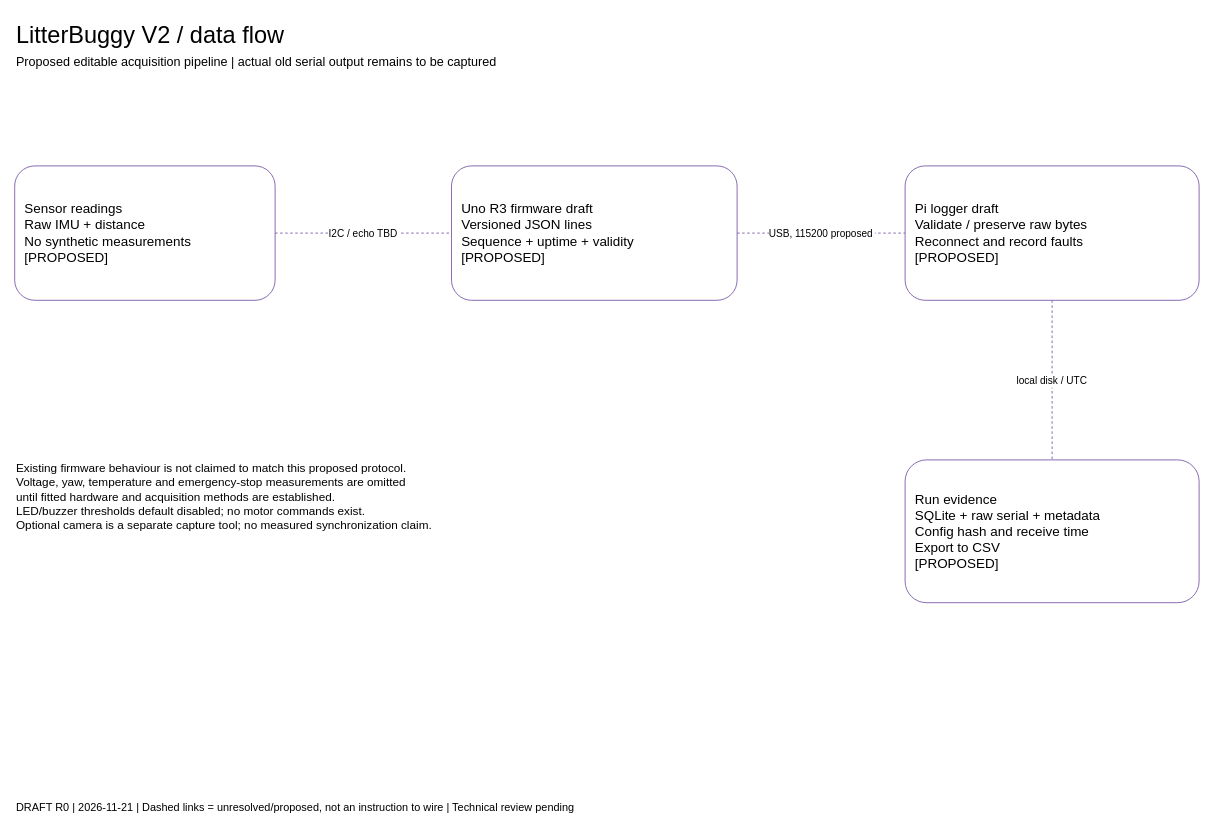
Rob803yy/Junk-O-Matic keeps this draw.io diagram as hardware/v2/architecture/v2_data_flow.drawio. Above is the earlier version. Source tidied: cells renumbered, new cells numbered last; positions are measured from the earlier drawing's top-left corner, leaving out a move shared by most shapes. Both pictures are drawn from the tidied source at 84%, with x=0, y=0 at pixel (14, 14).
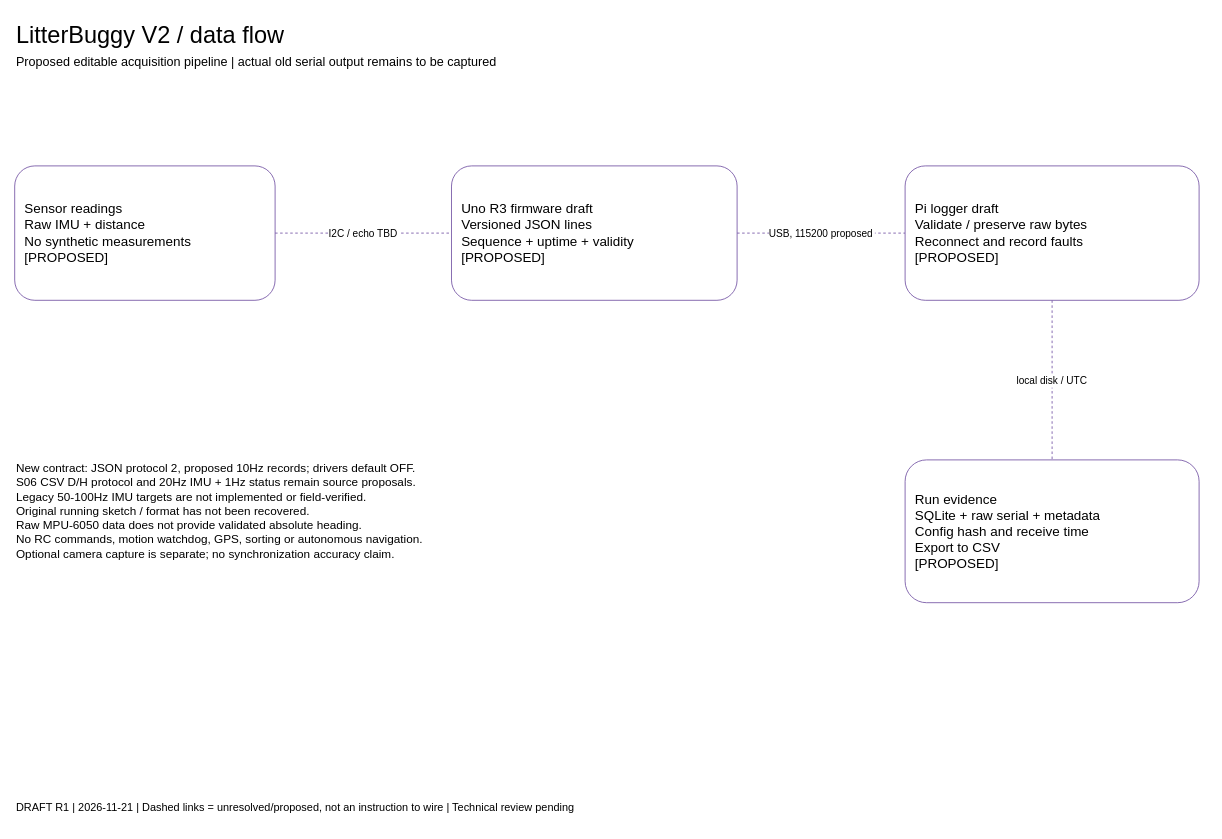
Above is the later version.

Change to the diagram source:
```diff
@@
 <mxGraphModel>
   <root>
     <mxCell id="0" />
     <mxCell id="1" parent="0" />
     <mxCell id="2" value="LitterBuggy V2 / data flow" style="text;html=0;align=left;verticalAlign=top;fontSize=28;" parent="1" vertex="1">
       <mxGeometry width="1420" height="40" as="geometry" />
     </mxCell>
     <mxCell id="3" value="Proposed editable acquisition pipeline | actual old serial output remains to be captured" style="text;html=0;align=left;verticalAlign=top;fontSize=15;" parent="1" vertex="1">
       <mxGeometry y="40" width="1420" height="30" as="geometry" />
     </mxCell>
     <mxCell id="4" value="I2C / echo TBD" style="edgeStyle=orthogonalEdgeStyle;html=0;endArrow=none;strokeColor=#7251a3;dashed=1;fontSize=12;" parent="1" edge="1" source="7" target="8">
       <mxGeometry relative="1" as="geometry" />
     </mxCell>
     <mxCell id="5" value="USB, 115200 proposed" style="edgeStyle=orthogonalEdgeStyle;html=0;endArrow=none;strokeColor=#7251a3;dashed=1;fontSize=12;" parent="1" edge="1" source="8" target="9">
       <mxGeometry relative="1" as="geometry" />
     </mxCell>
     <mxCell id="6" value="local disk / UTC" style="edgeStyle=orthogonalEdgeStyle;html=0;endArrow=none;strokeColor=#7251a3;dashed=1;fontSize=12;" parent="1" edge="1" source="9" target="10">
       <mxGeometry relative="1" as="geometry" />
     </mxCell>
     <mxCell id="7" value="Sensor readings&#10;Raw IMU + distance&#10;No synthetic measurements&#10;[PROPOSED]" style="rounded=1;whiteSpace=wrap;html=0;align=left;spacing=12;fontSize=16;fillColor=#ffffff;strokeColor=#7251a3;" parent="1" vertex="1">
       <mxGeometry y="180" width="310" height="160" as="geometry" />
     </mxCell>
     <mxCell id="8" value="Uno R3 firmware draft&#10;Versioned JSON lines&#10;Sequence + uptime + validity&#10;[PROPOSED]" style="rounded=1;whiteSpace=wrap;html=0;align=left;spacing=12;fontSize=16;fillColor=#ffffff;strokeColor=#7251a3;" parent="1" vertex="1">
       <mxGeometry x="520" y="180" width="340" height="160" as="geometry" />
     </mxCell>
     <mxCell id="9" value="Pi logger draft&#10;Validate / preserve raw bytes&#10;Reconnect and record faults&#10;[PROPOSED]" style="rounded=1;whiteSpace=wrap;html=0;align=left;spacing=12;fontSize=16;fillColor=#ffffff;strokeColor=#7251a3;" parent="1" vertex="1">
       <mxGeometry x="1060" y="180" width="350" height="160" as="geometry" />
     </mxCell>
     <mxCell id="10" value="Run evidence&#10;SQLite + raw serial + metadata&#10;Config hash and receive time&#10;Export to CSV&#10;[PROPOSED]" style="rounded=1;whiteSpace=wrap;html=0;align=left;spacing=12;fontSize=16;fillColor=#ffffff;strokeColor=#7251a3;" parent="1" vertex="1">
       <mxGeometry x="1060" y="530" width="350" height="170" as="geometry" />
     </mxCell>
-    <mxCell id="11" value="Existing firmware behaviour is not claimed to match this proposed protocol.&#10;Voltage, yaw, temperature and emergency-stop measurements are omitted&#10;until fitted hardware and acquisition methods are established.&#10;LED/buzzer thresholds default disabled; no motor commands exist.&#10;Optional camera is a separate capture tool; no measured synchronization claim." style="text;html=0;align=left;verticalAlign=top;fontSize=14;" parent="1" vertex="1">
-      <mxGeometry y="525" width="1400" height="115" as="geometry" />
+    <mxCell id="11" value="New contract: JSON protocol 2, proposed 10Hz records; drivers default OFF.&#10;S06 CSV D/H protocol and 20Hz IMU + 1Hz status remain source proposals.&#10;Legacy 50-100Hz IMU targets are not implemented or field-verified.&#10;Original running sketch / format has not been recovered.&#10;Raw MPU-6050 data does not provide validated absolute heading.&#10;No RC commands, motion watchdog, GPS, sorting or autonomous navigation.&#10;Optional camera capture is separate; no synchronization accuracy claim." style="text;html=0;align=left;verticalAlign=top;fontSize=14;" parent="1" vertex="1">
+      <mxGeometry y="525" width="1400" height="161" as="geometry" />
     </mxCell>
-    <mxCell id="12" value="DRAFT R0 | 2026-11-21 | Dashed links = unresolved/proposed, not an instruction to wire | Technical review pending" style="text;html=0;align=left;verticalAlign=top;fontSize=13;" parent="1" vertex="1">
+    <mxCell id="12" value="DRAFT R1 | 2026-11-21 | Dashed links = unresolved/proposed, not an instruction to wire | Technical review pending" style="text;html=0;align=left;verticalAlign=top;fontSize=13;" parent="1" vertex="1">
       <mxGeometry y="930" width="1420" height="35" as="geometry" />
     </mxCell>
   </root>
 </mxGraphModel>
```
